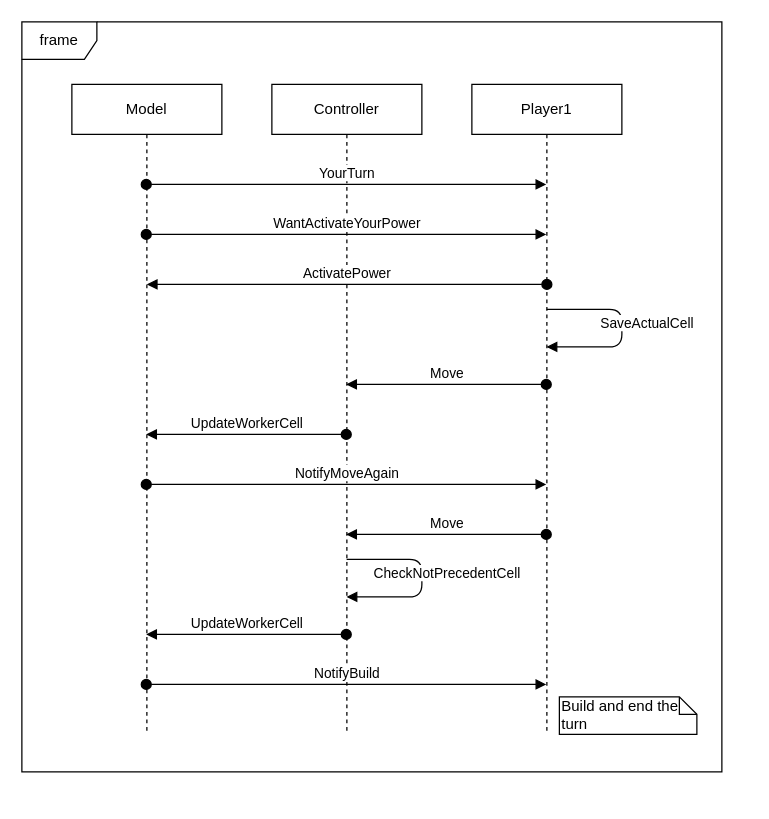
The draw.io diagram page "Case_Artemis" (3 of 7) of UML/newUML.drawio in matteovisotto/ing-sw-2020-Siriani-Stucchi-Visotto, before the edit. Source tidied: cells renumbered, new cells numbered last; positions are measured from the earlier drawing's top-left corner, leaving out a move shared by most shapes. Both pictures are drawn from the tidied source at 125%, with x=0, y=0 at pixel (21, 21).
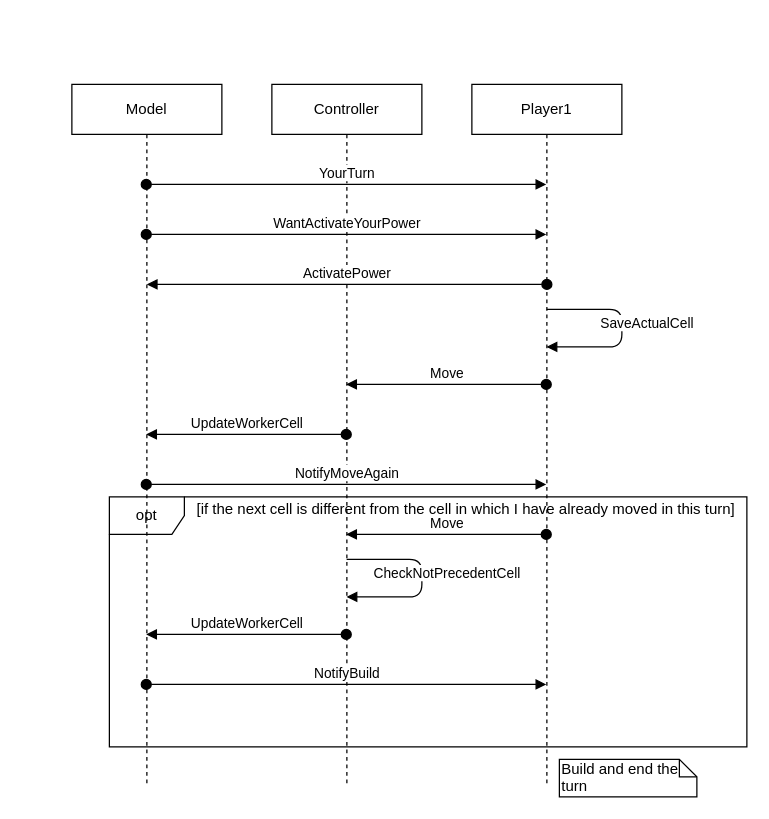
The same page after the edit.

Change to the diagram source:
```diff
@@
-    <mxCell id="2" value="frame" style="shape=umlFrame;whiteSpace=wrap;html=1;" parent="1" vertex="1">
-      <mxGeometry width="560" height="600" as="geometry" />
-    </mxCell>
+    <mxCell id="18" value="opt" style="shape=umlFrame;whiteSpace=wrap;html=1;" parent="1" vertex="1">
+      <mxGeometry x="70" y="380" width="510" height="200" as="geometry" />
+    </mxCell>
     <mxCell id="3" value="Model&lt;br&gt;" style="shape=umlLifeline;perimeter=lifelinePerimeter;whiteSpace=wrap;html=1;outlineConnect=0;" parent="1" vertex="1">
-      <mxGeometry x="40" y="50" width="120" height="520" as="geometry" />
+      <mxGeometry x="40" y="50" width="120" height="560" as="geometry" />
     </mxCell>
     <mxCell id="4" value="Player1" style="shape=umlLifeline;perimeter=lifelinePerimeter;whiteSpace=wrap;html=1;outlineConnect=0;" parent="1" vertex="1">
-      <mxGeometry x="360" y="50" width="120" height="520" as="geometry" />
+      <mxGeometry x="360" y="50" width="120" height="560" as="geometry" />
     </mxCell>
     <mxCell id="5" value="Controller" style="shape=umlLifeline;perimeter=lifelinePerimeter;whiteSpace=wrap;html=1;outlineConnect=0;" parent="1" vertex="1">
-      <mxGeometry x="200" y="50" width="120" height="520" as="geometry" />
+      <mxGeometry x="200" y="50" width="120" height="560" as="geometry" />
     </mxCell>
@@
     <mxCell id="14" value="Build and end the turn" style="shape=note;whiteSpace=wrap;html=1;size=14;verticalAlign=top;align=left;spacingTop=-6;" parent="1" vertex="1">
-      <mxGeometry x="430" y="540" width="110" height="30" as="geometry" />
+      <mxGeometry x="430" y="590" width="110" height="30" as="geometry" />
     </mxCell>
@@
+    <mxCell id="19" value="[if the next cell is different from the cell&amp;nbsp;in which I have already moved in this turn]" style="text;html=1;align=center;verticalAlign=middle;" parent="1" vertex="1">
+      <mxGeometry x="130" y="380" width="450" height="20" as="geometry" />
+    </mxCell>
```
